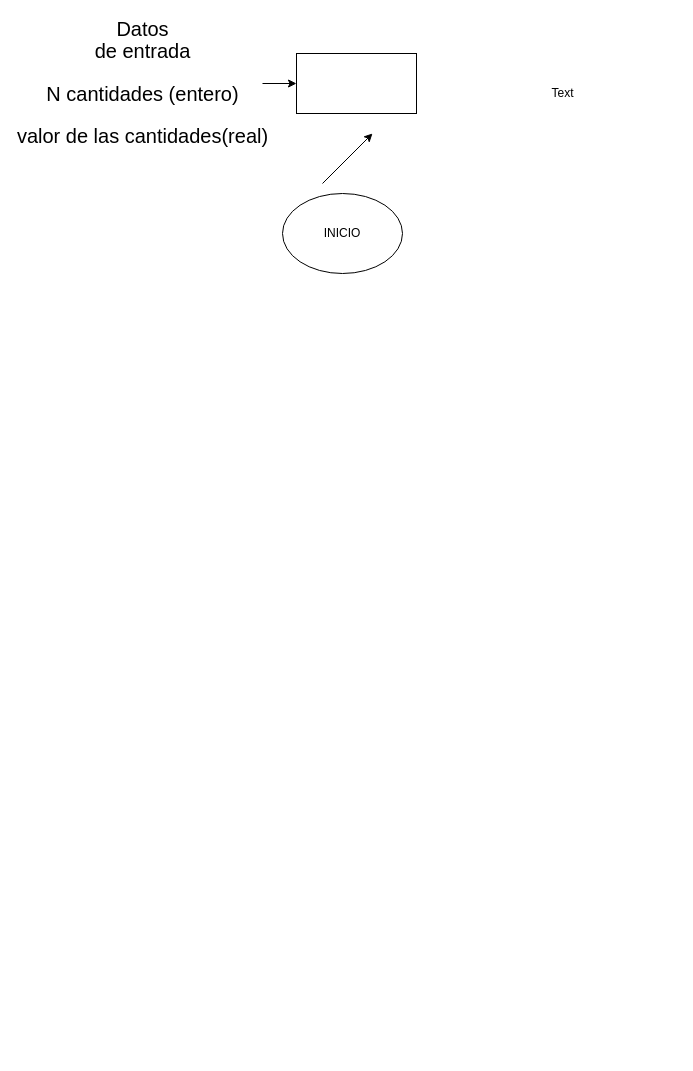
Above: Untitled Diagram.drawio in jowoselfgmailcom/fdp (draw.io), before the change. Source tidied: cells renumbered, new cells numbered last; positions are measured from the earlier drawing's top-left corner, leaving out a move shared by most shapes. Both pictures are drawn from the tidied source at 100%, with x=0, y=0 at pixel (22, 18).
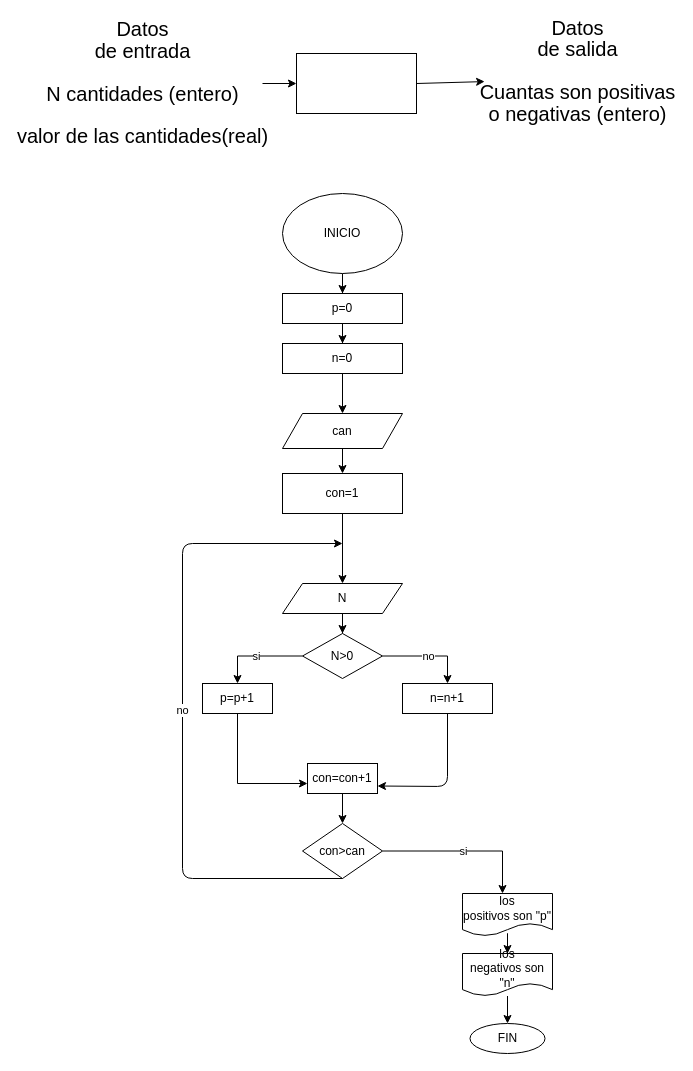
The same page after the edit.

Unchanged cells that the change refers to:
```xml
<mxCell id="2" value="INICIO" style="ellipse;whiteSpace=wrap;html=1;" parent="1" vertex="1">
  <mxGeometry x="260" y="175" width="120" height="80" as="geometry" />
</mxCell>
<mxCell id="5" style="whiteSpace=wrap;html=1;" parent="1" vertex="1">
  <mxGeometry x="274" y="35" width="120" height="60" as="geometry" />
</mxCell>
```

What changed in the source:
```diff
@@
+    <mxCell id="8" style="edgeStyle=orthogonalEdgeStyle;rounded=0;jettySize=auto;html=1;" parent="1" edge="1" source="2" target="10">
+      <mxGeometry relative="1" as="geometry" />
+    </mxCell>
@@
-    <mxCell id="6" style="endArrow=classic;html=1;" parent="1" edge="1">
-      <mxGeometry relative="1" as="geometry">
-        <mxPoint x="300" y="165" as="sourcePoint" />
-        <mxPoint x="350" y="115" as="targetPoint" />
-      </mxGeometry>
+    <mxCell id="6" style="endArrow=classic;html=1;exitX=1;exitY=0.5;exitDx=0;exitDy=0;entryX=0.011;entryY=0.371;entryDx=0;entryDy=0;entryPerimeter=0;" parent="1" edge="1" source="5" target="7">
+      <mxGeometry relative="1" as="geometry" />
     </mxCell>
-    <mxCell id="7" value="Text" style="text;html=1;align=center;verticalAlign=middle;points=[];" parent="1" vertex="1">
-      <mxGeometry x="520" y="65" width="40" height="20" as="geometry" />
+    <mxCell id="7" value="&lt;span style=&quot;font-size: 20px ; line-height: 107% ; font-family: &amp;#34;calibri&amp;#34; , sans-serif&quot;&gt;Datos&lt;br&gt;de salida&lt;br&gt;&lt;br&gt;Cuantas son positivas &lt;br&gt;o negativas (entero)&lt;br&gt;&lt;br&gt;&lt;br&gt;&lt;br&gt;&lt;/span&gt;" style="text;html=1;align=center;verticalAlign=middle;points=[];" parent="1" vertex="1">
+      <mxGeometry x="460" width="190" height="170" as="geometry" />
     </mxCell>
+    <mxCell id="9" style="edgeStyle=orthogonalEdgeStyle;rounded=0;jettySize=auto;html=1;" parent="1" edge="1" source="10" target="12">
+      <mxGeometry relative="1" as="geometry" />
+    </mxCell>
+    <mxCell id="10" value="p=0" style="whiteSpace=wrap;html=1;" parent="1" vertex="1">
+      <mxGeometry x="260" y="275" width="120" height="30" as="geometry" />
+    </mxCell>
+    <mxCell id="11" style="edgeStyle=orthogonalEdgeStyle;rounded=0;jettySize=auto;html=1;" parent="1" edge="1" source="12" target="14">
+      <mxGeometry relative="1" as="geometry" />
+    </mxCell>
+    <mxCell id="12" value="n=0" style="whiteSpace=wrap;html=1;" parent="1" vertex="1">
+      <mxGeometry x="260" y="325" width="120" height="30" as="geometry" />
+    </mxCell>
+    <mxCell id="13" style="edgeStyle=orthogonalEdgeStyle;rounded=0;jettySize=auto;html=1;" parent="1" edge="1" source="14" target="16">
+      <mxGeometry relative="1" as="geometry" />
+    </mxCell>
+    <mxCell id="14" value="can" style="shape=parallelogram;perimeter=parallelogramPerimeter;whiteSpace=wrap;html=1;fixedSize=1;" parent="1" vertex="1">
+      <mxGeometry x="260" y="395" width="120" height="35" as="geometry" />
+    </mxCell>
+    <mxCell id="15" style="edgeStyle=orthogonalEdgeStyle;rounded=0;jettySize=auto;html=1;" parent="1" edge="1" source="16" target="18">
+      <mxGeometry relative="1" as="geometry" />
+    </mxCell>
+    <mxCell id="16" value="con=1" style="whiteSpace=wrap;html=1;" parent="1" vertex="1">
+      <mxGeometry x="260" y="455" width="120" height="40" as="geometry" />
+    </mxCell>
+    <mxCell id="17" style="edgeStyle=orthogonalEdgeStyle;rounded=0;jettySize=auto;html=1;" parent="1" edge="1" source="18" target="21">
+      <mxGeometry relative="1" as="geometry" />
+    </mxCell>
+    <mxCell id="18" value="N" style="shape=parallelogram;perimeter=parallelogramPerimeter;whiteSpace=wrap;html=1;fixedSize=1;" parent="1" vertex="1">
+      <mxGeometry x="260" y="565" width="120" height="30" as="geometry" />
+    </mxCell>
+    <mxCell id="19" value="si" style="edgeStyle=orthogonalEdgeStyle;rounded=0;jettySize=auto;html=1;" parent="1" edge="1" source="21" target="23">
+      <mxGeometry relative="1" as="geometry" />
+    </mxCell>
+    <mxCell id="20" value="no" style="edgeStyle=orthogonalEdgeStyle;rounded=0;jettySize=auto;html=1;" parent="1" edge="1" source="21" target="24">
+      <mxGeometry relative="1" as="geometry" />
+    </mxCell>
+    <mxCell id="21" value="N&amp;gt;0" style="rhombus;whiteSpace=wrap;html=1;" parent="1" vertex="1">
+      <mxGeometry x="280" y="615" width="80" height="45" as="geometry" />
+    </mxCell>
+    <mxCell id="22" style="edgeStyle=orthogonalEdgeStyle;rounded=0;jettySize=auto;html=1;" parent="1" edge="1" source="23" target="26">
+      <mxGeometry relative="1" as="geometry">
+        <Array as="points">
+          <mxPoint x="215" y="765" />
+        </Array>
+      </mxGeometry>
+    </mxCell>
+    <mxCell id="23" value="p=p+1" style="whiteSpace=wrap;html=1;" parent="1" vertex="1">
+      <mxGeometry x="180" y="665" width="70" height="30" as="geometry" />
+    </mxCell>
+    <mxCell id="24" value="n=n+1" style="whiteSpace=wrap;html=1;" parent="1" vertex="1">
+      <mxGeometry x="380" y="665" width="90" height="30" as="geometry" />
+    </mxCell>
+    <mxCell id="25" style="edgeStyle=orthogonalEdgeStyle;rounded=0;jettySize=auto;html=1;" parent="1" edge="1" source="26" target="29">
+      <mxGeometry relative="1" as="geometry" />
+    </mxCell>
+    <mxCell id="26" value="con=con+1" style="whiteSpace=wrap;html=1;" parent="1" vertex="1">
+      <mxGeometry x="285" y="745" width="70" height="30" as="geometry" />
+    </mxCell>
+    <mxCell id="27" style="endArrow=classic;html=1;exitX=0.5;exitY=1;exitDx=0;exitDy=0;entryX=1;entryY=0.75;entryDx=0;entryDy=0;" parent="1" edge="1" source="24" target="26">
+      <mxGeometry relative="1" as="geometry">
+        <Array as="points">
+          <mxPoint x="425" y="768" />
+        </Array>
+      </mxGeometry>
+    </mxCell>
+    <mxCell id="28" value="si" style="edgeStyle=orthogonalEdgeStyle;rounded=0;jettySize=auto;html=1;" parent="1" edge="1" source="29" target="32">
+      <mxGeometry relative="1" as="geometry">
+        <Array as="points">
+          <mxPoint x="480" y="833" />
+          <mxPoint x="480" y="896" />
+        </Array>
+      </mxGeometry>
+    </mxCell>
+    <mxCell id="29" value="con&amp;gt;can" style="rhombus;whiteSpace=wrap;html=1;" parent="1" vertex="1">
+      <mxGeometry x="280" y="805" width="80" height="55" as="geometry" />
+    </mxCell>
+    <mxCell id="30" value="no" style="endArrow=classic;html=1;exitX=0.5;exitY=1;exitDx=0;exitDy=0;" parent="1" edge="1" source="29">
+      <mxGeometry relative="1" as="geometry">
+        <mxPoint x="320" y="525" as="targetPoint" />
+        <Array as="points">
+          <mxPoint x="160" y="860" />
+          <mxPoint x="160" y="525" />
+        </Array>
+      </mxGeometry>
+    </mxCell>
+    <mxCell id="31" style="edgeStyle=orthogonalEdgeStyle;rounded=0;jettySize=auto;html=1;" parent="1" edge="1" source="32" target="34">
+      <mxGeometry relative="1" as="geometry" />
+    </mxCell>
+    <mxCell id="32" value="&lt;span style=&quot;line-height: 107% ; font-family: &amp;#34;calibri&amp;#34; , sans-serif&quot;&gt;&lt;font style=&quot;font-size: 12px&quot;&gt;los&lt;br&gt;positivos son &quot;p&quot;&lt;/font&gt;&lt;/span&gt;" style="shape=document;whiteSpace=wrap;html=1;boundedLbl=1;" parent="1" vertex="1">
+      <mxGeometry x="440" y="875" width="90" height="42.5" as="geometry" />
+    </mxCell>
+    <mxCell id="33" style="edgeStyle=orthogonalEdgeStyle;rounded=0;jettySize=auto;html=1;" parent="1" edge="1" source="34" target="35">
+      <mxGeometry relative="1" as="geometry" />
+    </mxCell>
+    <mxCell id="34" value="&lt;span style=&quot;line-height: 107% ; font-family: &amp;#34;calibri&amp;#34; , sans-serif&quot;&gt;&lt;font style=&quot;font-size: 12px&quot;&gt;los&lt;br&gt;negativos son &quot;n&quot;&lt;/font&gt;&lt;/span&gt;" style="shape=document;whiteSpace=wrap;html=1;boundedLbl=1;" parent="1" vertex="1">
+      <mxGeometry x="440" y="935" width="90" height="42.5" as="geometry" />
+    </mxCell>
+    <mxCell id="35" value="FIN" style="ellipse;whiteSpace=wrap;html=1;" parent="1" vertex="1">
+      <mxGeometry x="447.5" y="1005" width="75" height="30" as="geometry" />
+    </mxCell>
```
